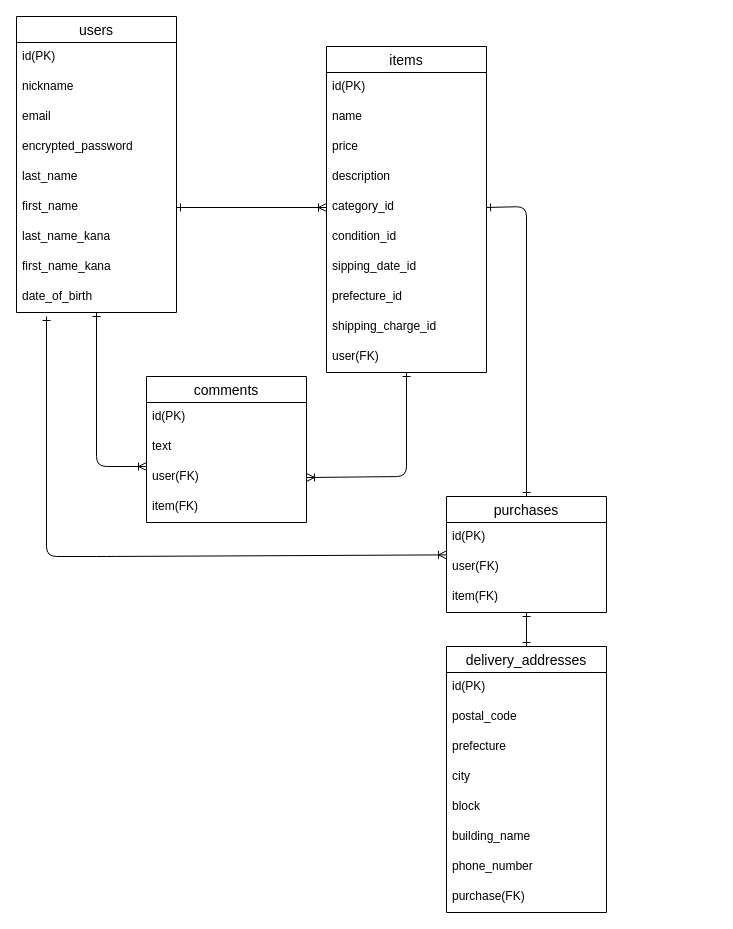
This is ER.dio from kawaguchi0422/furima-39559, a draw.io file, before an edit. Source tidied: cells renumbered, new cells numbered last; positions are measured from the earlier drawing's top-left corner, leaving out a move shared by most shapes. Both pictures are drawn from the tidied source at 100%, with x=0, y=0 at pixel (16, 16).
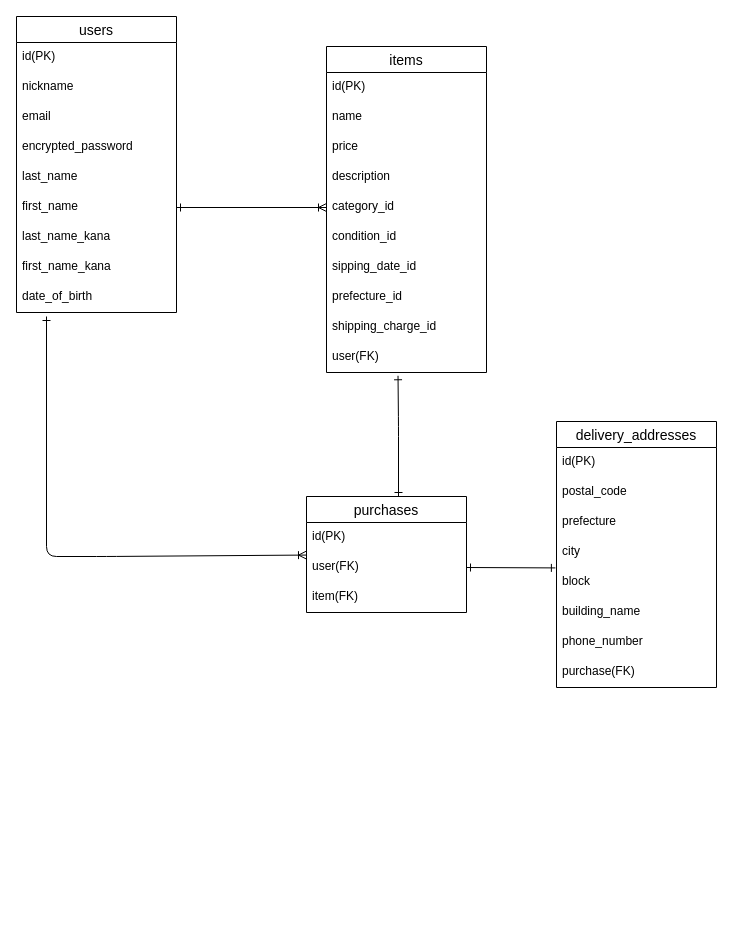
Above is the later version.

The change refers to these unchanged cells:
```xml
<mxCell id="3" value="users" style="swimlane;fontStyle=0;horizontal=1;startSize=26;align=center;fontSize=14;labelBorderColor=none;" parent="1" vertex="1">
  <mxGeometry width="160" height="296" as="geometry" />
</mxCell>
<mxCell id="14" value="items" style="swimlane;fontStyle=0;horizontal=1;startSize=26;align=center;fontSize=14;" parent="1" vertex="1">
  <mxGeometry x="310" y="30" width="160" height="326" as="geometry" />
</mxCell>
<mxCell id="19" value="category_id" style="text;strokeColor=none;fillColor=none;spacingLeft=4;spacingRight=4;overflow=hidden;points=[[0,0.5],[1,0.5]];portConstraint=eastwest;fontSize=12;" parent="14" vertex="1">
  <mxGeometry y="146" width="160" height="30" as="geometry" />
</mxCell>
<mxCell id="24" value="user(FK)" style="text;strokeColor=none;fillColor=none;spacingLeft=4;spacingRight=4;overflow=hidden;points=[[0,0.5],[1,0.5]];portConstraint=eastwest;fontSize=12;" parent="14" vertex="1">
  <mxGeometry y="296" width="160" height="30" as="geometry" />
</mxCell>
<mxCell id="33" value="user(FK)" style="text;strokeColor=none;fillColor=none;spacingLeft=4;spacingRight=4;overflow=hidden;points=[[0,0.5],[1,0.5]];portConstraint=eastwest;fontSize=12;" parent="31" vertex="1">
  <mxGeometry y="56" width="160" height="30" as="geometry" />
</mxCell>
<mxCell id="34" value="item(FK)" style="text;strokeColor=none;fillColor=none;spacingLeft=4;spacingRight=4;overflow=hidden;points=[[0,0.5],[1,0.5]];portConstraint=eastwest;fontSize=12;" parent="31" vertex="1">
  <mxGeometry y="86" width="160" height="30" as="geometry" />
</mxCell>
<mxCell id="39" value="city" style="text;strokeColor=none;fillColor=none;spacingLeft=4;spacingRight=4;overflow=hidden;points=[[0,0.5],[1,0.5]];portConstraint=eastwest;fontSize=12;" parent="35" vertex="1">
  <mxGeometry y="116" width="160" height="30" as="geometry" />
</mxCell>
```

Diff of the diagram source:
```diff
@@
-    <mxCell id="2" style="edgeStyle=none;html=1;entryX=0;entryY=0.133;entryDx=0;entryDy=0;entryPerimeter=0;startArrow=ERone;startFill=0;endArrow=ERoneToMany;endFill=0;rounded=1;" parent="1" edge="1" source="3" target="28">
-      <mxGeometry relative="1" as="geometry">
-        <Array as="points">
-          <mxPoint x="80" y="450" />
-        </Array>
-      </mxGeometry>
-    </mxCell>
@@
-    <mxCell id="13" style="edgeStyle=none;rounded=1;html=1;entryX=1;entryY=0.5;entryDx=0;entryDy=0;startArrow=ERone;startFill=0;endArrow=ERoneToMany;endFill=0;" parent="1" edge="1" source="14" target="28">
-      <mxGeometry relative="1" as="geometry">
-        <Array as="points">
-          <mxPoint x="390" y="460" />
-        </Array>
-      </mxGeometry>
-    </mxCell>
@@
-    <mxCell id="25" value="comments" style="swimlane;fontStyle=0;horizontal=1;startSize=26;align=center;fontSize=14;" parent="1" vertex="1">
-      <mxGeometry x="130" y="360" width="160" height="146" as="geometry" />
-    </mxCell>
-    <mxCell id="26" value="id(PK)" style="text;strokeColor=none;fillColor=none;spacingLeft=4;spacingRight=4;overflow=hidden;fontSize=12;labelBackgroundColor=none;labelBorderColor=none;" parent="25" vertex="1">
-      <mxGeometry y="26" width="160" height="30" as="geometry" />
-    </mxCell>
-    <mxCell id="27" value="text" style="text;strokeColor=none;fillColor=none;spacingLeft=4;spacingRight=4;overflow=hidden;fontSize=12;" parent="25" vertex="1">
-      <mxGeometry y="56" width="160" height="30" as="geometry" />
-    </mxCell>
-    <mxCell id="28" value="user(FK)" style="text;strokeColor=none;fillColor=none;spacingLeft=4;spacingRight=4;overflow=hidden;points=[[0,0.5],[1,0.5]];portConstraint=eastwest;fontSize=12;" parent="25" vertex="1">
-      <mxGeometry y="86" width="160" height="30" as="geometry" />
-    </mxCell>
-    <mxCell id="29" value="item(FK)" style="text;strokeColor=none;fillColor=none;spacingLeft=4;spacingRight=4;overflow=hidden;fontSize=12;" parent="25" vertex="1">
-      <mxGeometry y="116" width="160" height="30" as="geometry" />
-    </mxCell>
@@
     <mxCell id="31" value="purchases" style="swimlane;fontStyle=0;horizontal=1;startSize=26;align=center;fontSize=14;" parent="1" vertex="1">
-      <mxGeometry x="430" y="480" width="160" height="116" as="geometry" />
+      <mxGeometry x="290" y="480" width="160" height="116" as="geometry" />
     </mxCell>
@@
     <mxCell id="35" value="delivery_addresses" style="swimlane;fontStyle=0;horizontal=1;startSize=26;align=center;fontSize=14;labelBorderColor=none;" parent="1" vertex="1">
-      <mxGeometry x="430" y="630" width="160" height="266" as="geometry" />
+      <mxGeometry x="540" y="405" width="160" height="266" as="geometry" />
     </mxCell>
@@
-    <mxCell id="45" style="edgeStyle=none;rounded=1;html=1;entryX=0.5;entryY=0;entryDx=0;entryDy=0;startArrow=ERone;startFill=0;endArrow=ERone;endFill=0;" parent="1" edge="1" source="34" target="35">
+    <mxCell id="45" style="edgeStyle=none;rounded=1;html=1;startArrow=ERone;startFill=0;endArrow=ERone;endFill=0;exitX=1;exitY=0.5;exitDx=0;exitDy=0;entryX=-0.007;entryY=1.014;entryDx=0;entryDy=0;entryPerimeter=0;" parent="1" edge="1" source="33" target="39">
       <mxGeometry relative="1" as="geometry" />
     </mxCell>
-    <mxCell id="46" style="edgeStyle=none;rounded=1;html=1;entryX=0.5;entryY=0;entryDx=0;entryDy=0;startArrow=ERone;startFill=0;endArrow=ERone;endFill=0;exitX=1;exitY=0.5;exitDx=0;exitDy=0;" parent="1" edge="1" source="19" target="31">
+    <mxCell id="46" style="edgeStyle=none;rounded=1;html=1;entryX=0.575;entryY=0;entryDx=0;entryDy=0;startArrow=ERone;startFill=0;endArrow=ERone;endFill=0;exitX=0.447;exitY=1.109;exitDx=0;exitDy=0;exitPerimeter=0;entryPerimeter=0;" parent="1" edge="1" source="24" target="31">
       <mxGeometry relative="1" as="geometry">
         <Array as="points">
-          <mxPoint x="510" y="190" />
+          <mxPoint x="382" y="410" />
         </Array>
       </mxGeometry>
     </mxCell>
```
